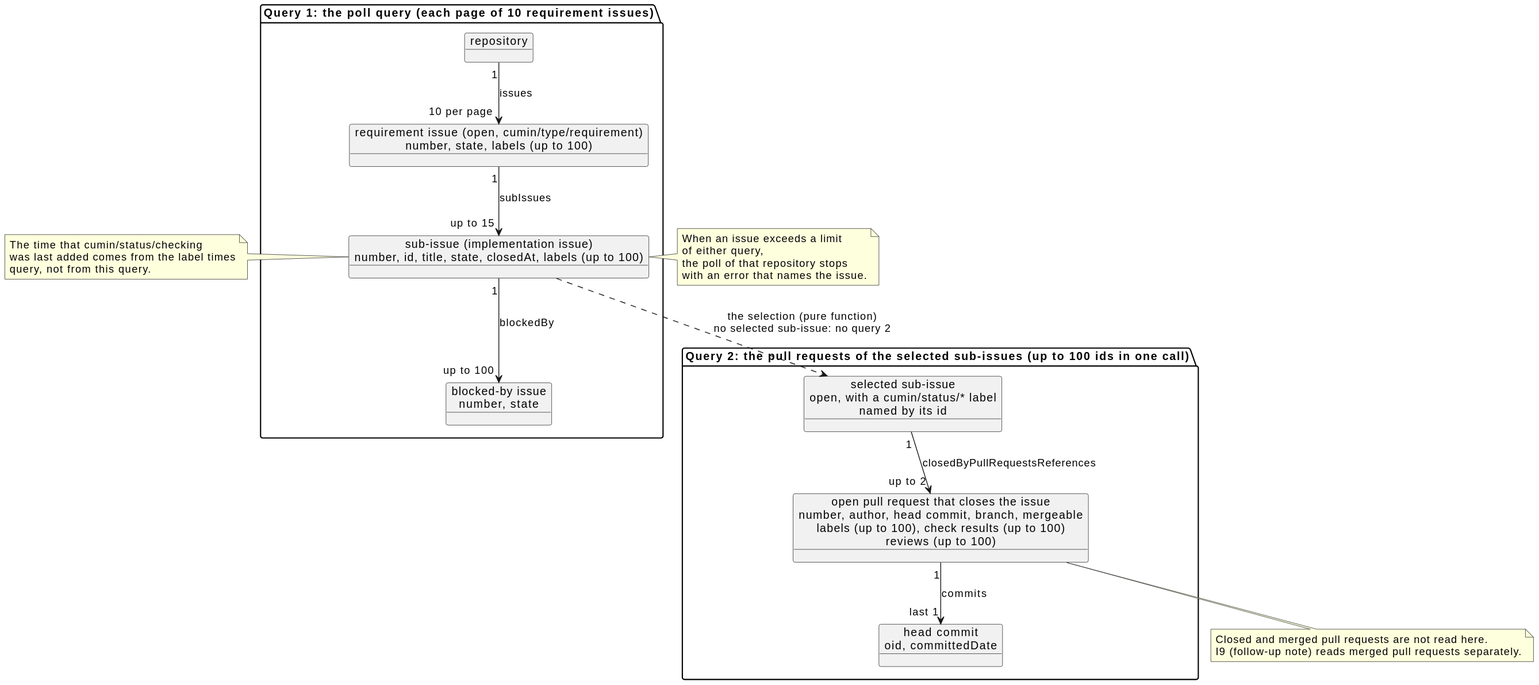
cloveclovedev/cumin-works keeps this PlantUML diagram as docs/ja/designs/poll-snapshot.svg. Above is the earlier version.
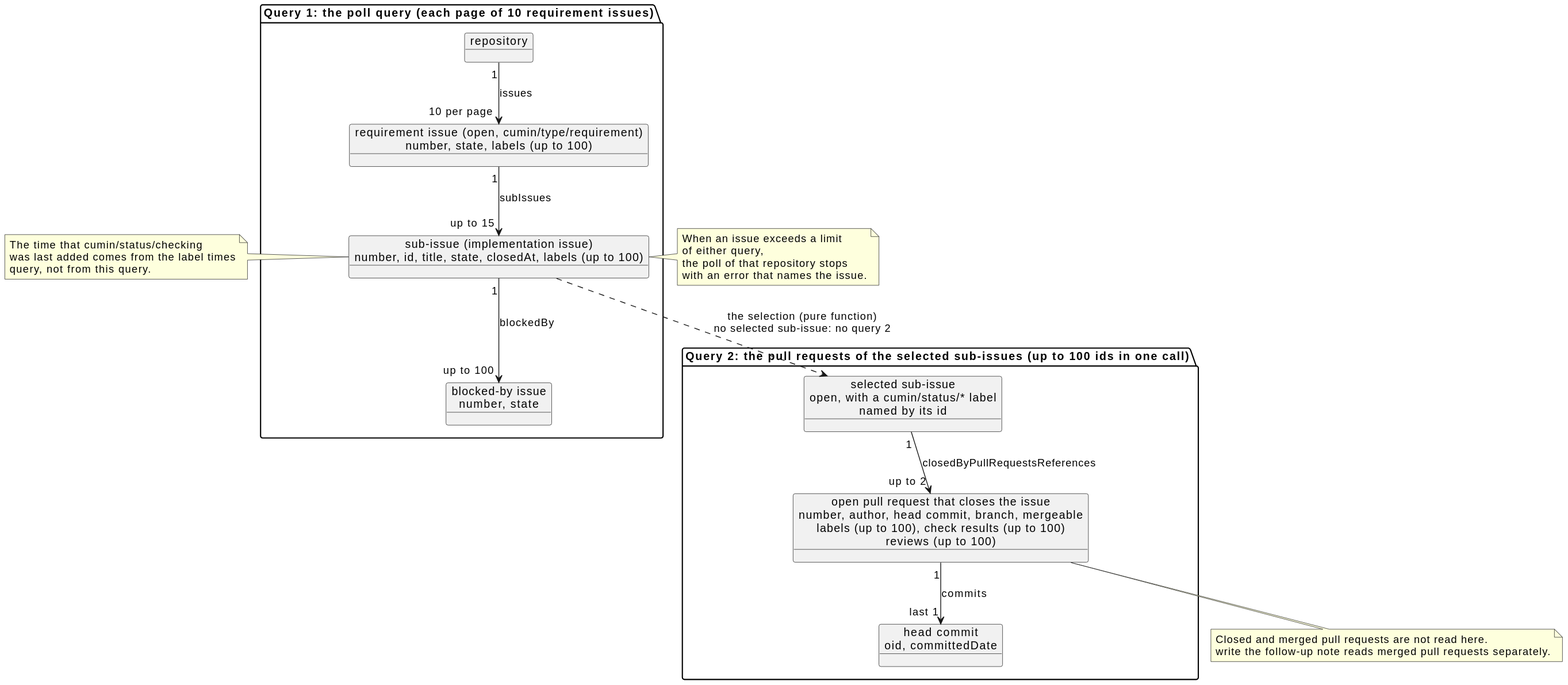
After the change.

Diff of the diagram source:
```diff
@@ -23,7 +23,7 @@
 
 note bottom of pr
   Closed and merged pull requests are not read here.
-  I9 (follow-up note) reads merged pull requests separately.
+  write the follow-up note reads merged pull requests separately.
 end note
 note left of sub
   The time that cumin/status/checking
```
